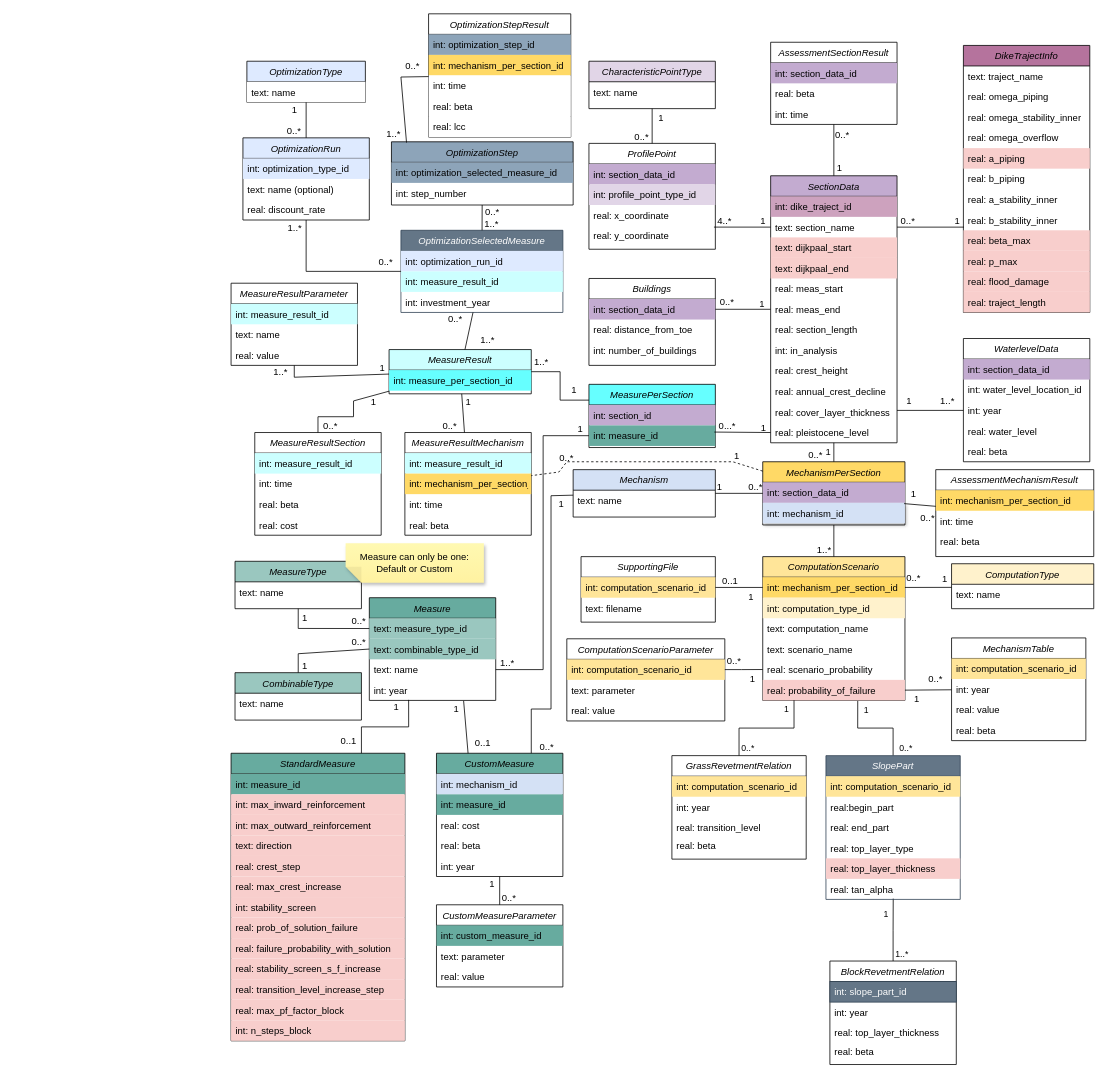
Earlier version of the draw.io diagram docs/db_diagram/vrtool_sql_input.drawio (Deltares/Veiligheidsrendement). Source tidied: cells renumbered, new cells numbered last; positions are measured from the earlier drawing's top-left corner, leaving out a move shared by most shapes. Both pictures are drawn from the tidied source at 79%, with x=0, y=0 at pixel (231, 13).
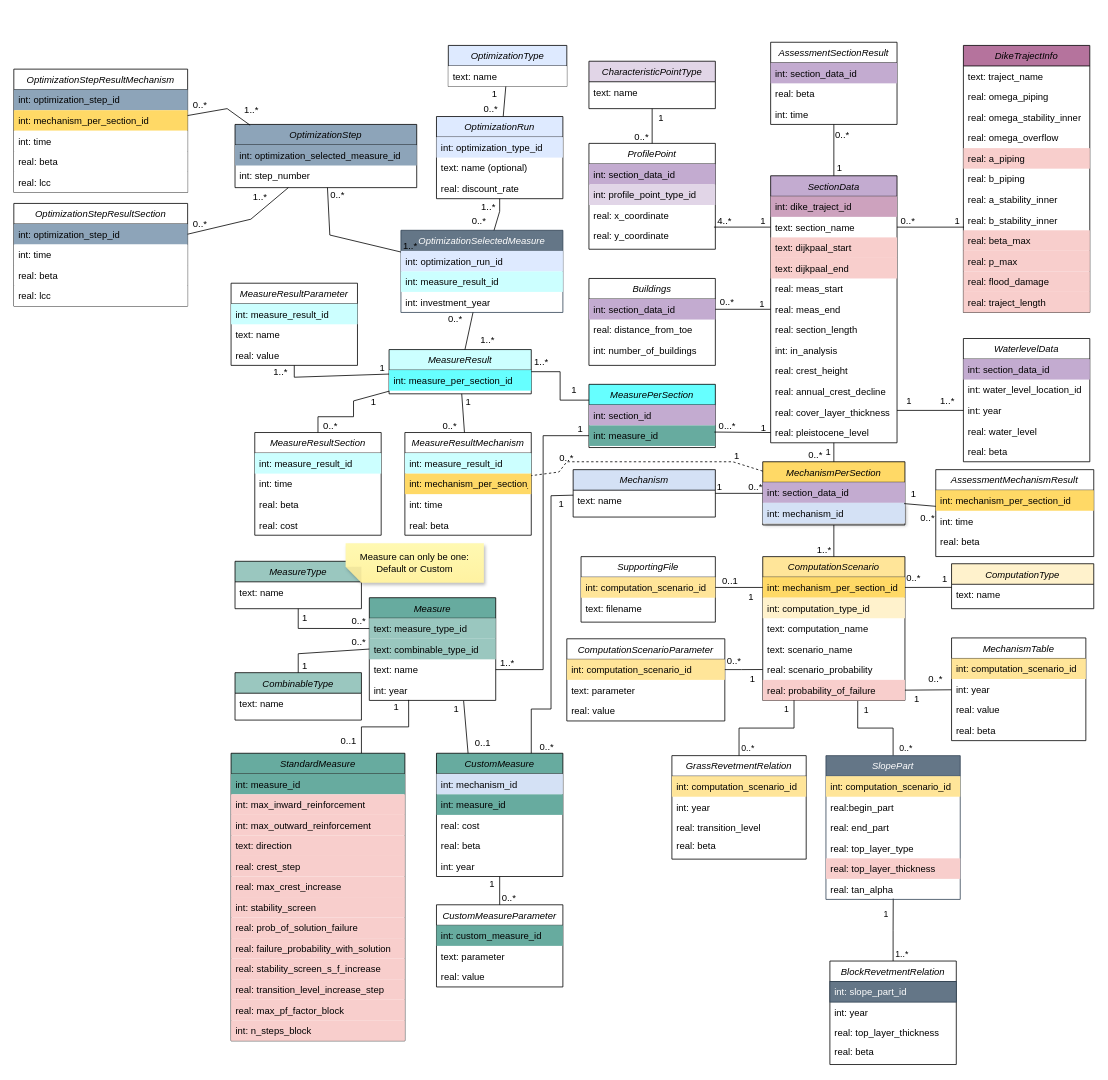
The same page after the edit.

The change refers to these unchanged cells:
```xml
<mxCell id="229" value="OptimizationSelectedMeasure" style="swimlane;fontStyle=2;align=center;verticalAlign=top;horizontal=1;startSize=26;rounded=0;shadow=0;strokeWidth=1;fillColor=#647687;fontColor=#ffffff;strokeColor=#314354;" parent="1" vertex="1">
  <mxGeometry x="215" y="274" width="205" height="104" as="geometry" />
</mxCell>
```

Change to the diagram source:
```diff
@@
     <mxCell id="220" value="OptimizationType" style="swimlane;fontStyle=2;align=center;verticalAlign=top;horizontal=1;startSize=26;rounded=0;shadow=0;strokeWidth=1;fillColor=#DEEAFF;" parent="1" vertex="1">
-      <mxGeometry x="20" y="60" width="150" height="52" as="geometry" />
+      <mxGeometry x="275" y="40" width="150" height="52" as="geometry" />
     </mxCell>
@@
     <mxCell id="222" value="OptimizationRun" style="swimlane;fontStyle=2;align=center;verticalAlign=top;horizontal=1;startSize=26;rounded=0;shadow=0;strokeWidth=1;fillColor=#deeaff;" parent="1" vertex="1">
-      <mxGeometry x="15" y="157" width="160" height="104" as="geometry" />
+      <mxGeometry x="260" y="130" width="160" height="104" as="geometry" />
     </mxCell>
@@
     <mxCell id="233" style="endArrow=none;html=1;rounded=0;" parent="1" edge="1" source="229" target="222">
       <mxGeometry relative="1" as="geometry">
         <Array as="points">
-          <mxPoint x="95" y="326" />
+          <mxPoint x="340" y="250" />
         </Array>
       </mxGeometry>
     </mxCell>
@@
     <mxCell id="239" value="OptimizationStep" style="swimlane;fontStyle=2;align=center;verticalAlign=top;horizontal=1;startSize=26;rounded=0;shadow=0;strokeWidth=1;fillColor=#8da4b9;" parent="1" vertex="1">
-      <mxGeometry x="203" y="162" width="230" height="80" as="geometry" />
+      <mxGeometry x="5" y="140" width="230" height="80" as="geometry" />
     </mxCell>
@@
     <mxCell id="242" style="endArrow=none;html=1;rounded=0;" parent="1" edge="1" source="229" target="239">
-      <mxGeometry relative="1" as="geometry" />
+      <mxGeometry relative="1" as="geometry">
+        <Array as="points">
+          <mxPoint x="125" y="280" />
+        </Array>
+      </mxGeometry>
     </mxCell>
@@
-    <mxCell id="264" value="OptimizationStepResult" style="swimlane;fontStyle=2;align=center;verticalAlign=top;horizontal=1;startSize=26;rounded=0;shadow=0;strokeWidth=1;fillColor=#FFFFFF;" parent="1" vertex="1">
-      <mxGeometry x="250" width="180" height="156" as="geometry" />
+    <mxCell id="264" value="OptimizationStepResultMechanism" style="swimlane;fontStyle=2;align=center;verticalAlign=top;horizontal=1;startSize=26;rounded=0;shadow=0;strokeWidth=1;fillColor=#FFFFFF;" parent="1" vertex="1">
+      <mxGeometry x="-275" y="70" width="220" height="156" as="geometry" />
     </mxCell>
     <mxCell id="265" value="int: optimization_step_id" style="text;align=left;verticalAlign=top;spacingLeft=4;spacingRight=4;overflow=hidden;rounded=0;shadow=0;html=0;fillColor=#8da4b9;" parent="264" vertex="1">
-      <mxGeometry y="26" width="180" height="26" as="geometry" />
+      <mxGeometry y="26" width="220" height="26" as="geometry" />
     </mxCell>
     <mxCell id="266" value="int: mechanism_per_section_id" style="text;align=left;verticalAlign=top;spacingLeft=4;spacingRight=4;overflow=hidden;rounded=0;shadow=0;html=0;fillColor=#FFD966;" parent="264" vertex="1">
-      <mxGeometry y="52" width="180" height="26" as="geometry" />
+      <mxGeometry y="52" width="220" height="26" as="geometry" />
     </mxCell>
     <mxCell id="267" value="int: time" style="text;align=left;verticalAlign=top;spacingLeft=4;spacingRight=4;overflow=hidden;rounded=0;shadow=0;html=0;fillColor=#FFFFFF;" parent="264" vertex="1">
-      <mxGeometry y="78" width="180" height="26" as="geometry" />
+      <mxGeometry y="78" width="220" height="26" as="geometry" />
     </mxCell>
     <mxCell id="268" value="real: beta" style="text;align=left;verticalAlign=top;spacingLeft=4;spacingRight=4;overflow=hidden;rounded=0;shadow=0;html=0;fillColor=#FFFFFF;" parent="264" vertex="1">
-      <mxGeometry y="104" width="180" height="26" as="geometry" />
+      <mxGeometry y="104" width="220" height="26" as="geometry" />
     </mxCell>
     <mxCell id="269" value="real: lcc" style="text;align=left;verticalAlign=top;spacingLeft=4;spacingRight=4;overflow=hidden;rounded=0;shadow=0;html=0;fillColor=#FFFFFF;" parent="264" vertex="1">
-      <mxGeometry y="130" width="180" height="26" as="geometry" />
+      <mxGeometry y="130" width="220" height="26" as="geometry" />
     </mxCell>
     <mxCell id="270" style="endArrow=none;html=1;rounded=0;exitX=0.083;exitY=0.012;exitDx=0;exitDy=0;exitPerimeter=0;" parent="1" edge="1" source="239" target="264">
       <mxGeometry relative="1" as="geometry">
         <Array as="points">
-          <mxPoint x="215" y="80" />
+          <mxPoint x="-5" y="120" />
         </Array>
       </mxGeometry>
     </mxCell>
     <mxCell id="271" value="1..*" style="html=1;whiteSpace=wrap;align=left;verticalAlign=bottom;" parent="270" vertex="1">
       <mxGeometry x="-1" relative="1" as="geometry">
-        <mxPoint x="-27" y="-3" as="offset" />
+        <mxPoint x="-9" y="-11" as="offset" />
       </mxGeometry>
     </mxCell>
     <mxCell id="272" value="0..*" style="html=1;whiteSpace=wrap;align=right;verticalAlign=bottom;" parent="270" vertex="1">
       <mxGeometry x="1" relative="1" as="geometry">
-        <mxPoint x="-10" y="-5" as="offset" />
+        <mxPoint x="26" y="-5" as="offset" />
       </mxGeometry>
     </mxCell>
+    <mxCell id="273" value="OptimizationStepResultSection" style="swimlane;fontStyle=2;align=center;verticalAlign=top;horizontal=1;startSize=26;rounded=0;shadow=0;strokeWidth=1;fillColor=#FFFFFF;" parent="1" vertex="1">
+      <mxGeometry x="-275" y="240" width="220" height="130" as="geometry" />
+    </mxCell>
+    <mxCell id="274" value="int: optimization_step_id" style="text;align=left;verticalAlign=top;spacingLeft=4;spacingRight=4;overflow=hidden;rounded=0;shadow=0;html=0;fillColor=#8da4b9;" parent="273" vertex="1">
+      <mxGeometry y="26" width="220" height="26" as="geometry" />
+    </mxCell>
+    <mxCell id="275" value="int: time" style="text;align=left;verticalAlign=top;spacingLeft=4;spacingRight=4;overflow=hidden;rounded=0;shadow=0;html=0;fillColor=#FFFFFF;" parent="273" vertex="1">
+      <mxGeometry y="52" width="220" height="26" as="geometry" />
+    </mxCell>
+    <mxCell id="276" value="real: beta" style="text;align=left;verticalAlign=top;spacingLeft=4;spacingRight=4;overflow=hidden;rounded=0;shadow=0;html=0;fillColor=#FFFFFF;" parent="273" vertex="1">
+      <mxGeometry y="78" width="220" height="26" as="geometry" />
+    </mxCell>
+    <mxCell id="277" value="real: lcc" style="text;align=left;verticalAlign=top;spacingLeft=4;spacingRight=4;overflow=hidden;rounded=0;shadow=0;html=0;fillColor=#FFFFFF;" parent="273" vertex="1">
+      <mxGeometry y="104" width="220" height="26" as="geometry" />
+    </mxCell>
+    <mxCell id="278" style="endArrow=none;html=1;rounded=0;" parent="1" edge="1" source="239" target="273">
+      <mxGeometry relative="1" as="geometry">
+        <Array as="points">
+          <mxPoint x="25" y="260" />
+        </Array>
+      </mxGeometry>
+    </mxCell>
+    <mxCell id="279" value="1..*" style="html=1;whiteSpace=wrap;align=left;verticalAlign=bottom;" parent="278" vertex="1">
+      <mxGeometry x="-1" relative="1" as="geometry">
+        <mxPoint x="-47" y="20" as="offset" />
+      </mxGeometry>
+    </mxCell>
+    <mxCell id="280" value="0..*" style="html=1;whiteSpace=wrap;align=right;verticalAlign=bottom;" parent="278" vertex="1">
+      <mxGeometry x="1" relative="1" as="geometry">
+        <mxPoint x="26" y="-5" as="offset" />
+      </mxGeometry>
+    </mxCell>
```
